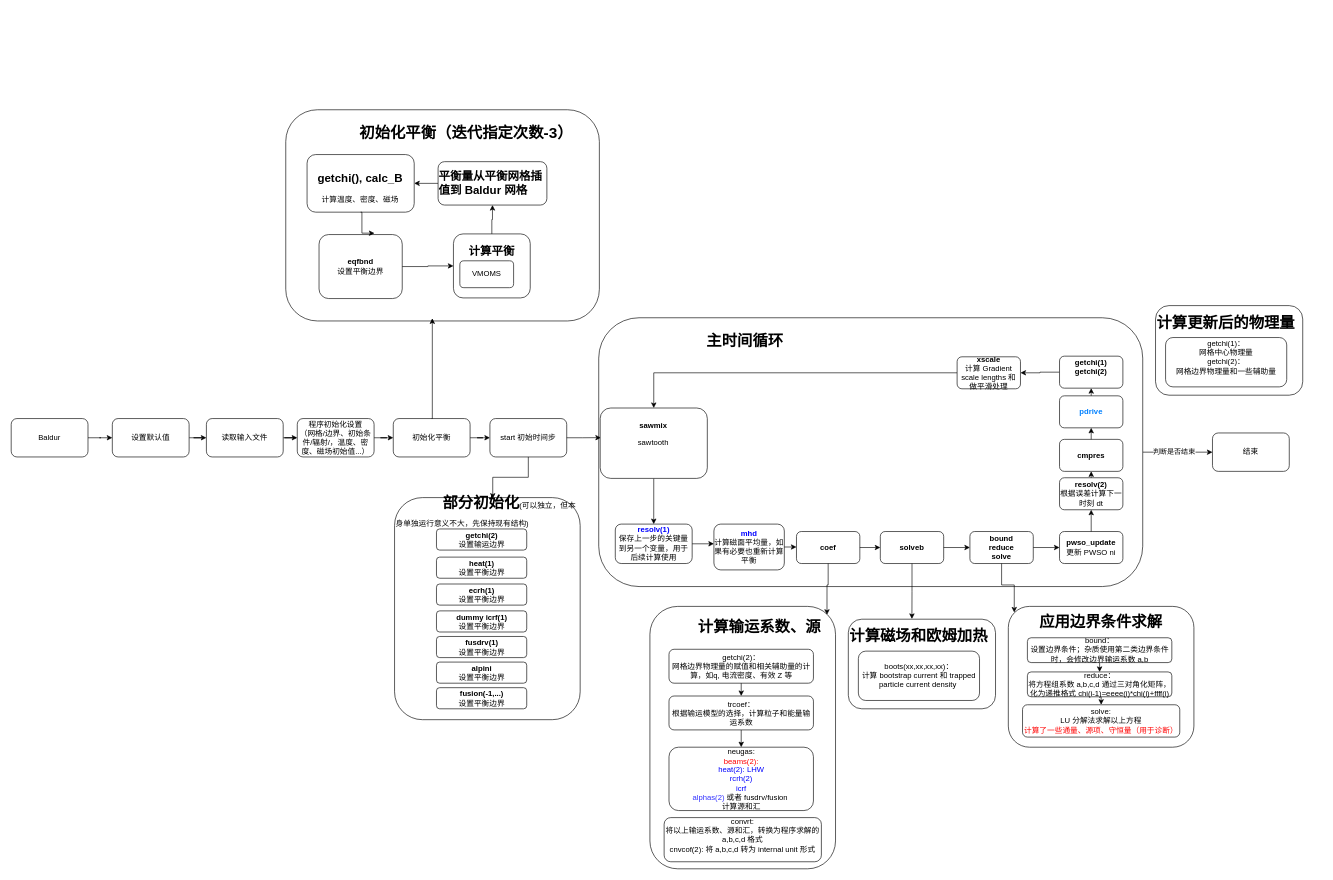
Before: page "061525" (8 of 8) of Baldur.drawio in jiaxing-liu/flowchart, a draw.io diagram. Source tidied: cells renumbered, new cells numbered last; positions are measured from the earlier drawing's top-left corner, leaving out a move shared by most shapes. Both pictures are drawn from the tidied source at 64%, with x=0, y=0 at pixel (11, 11).
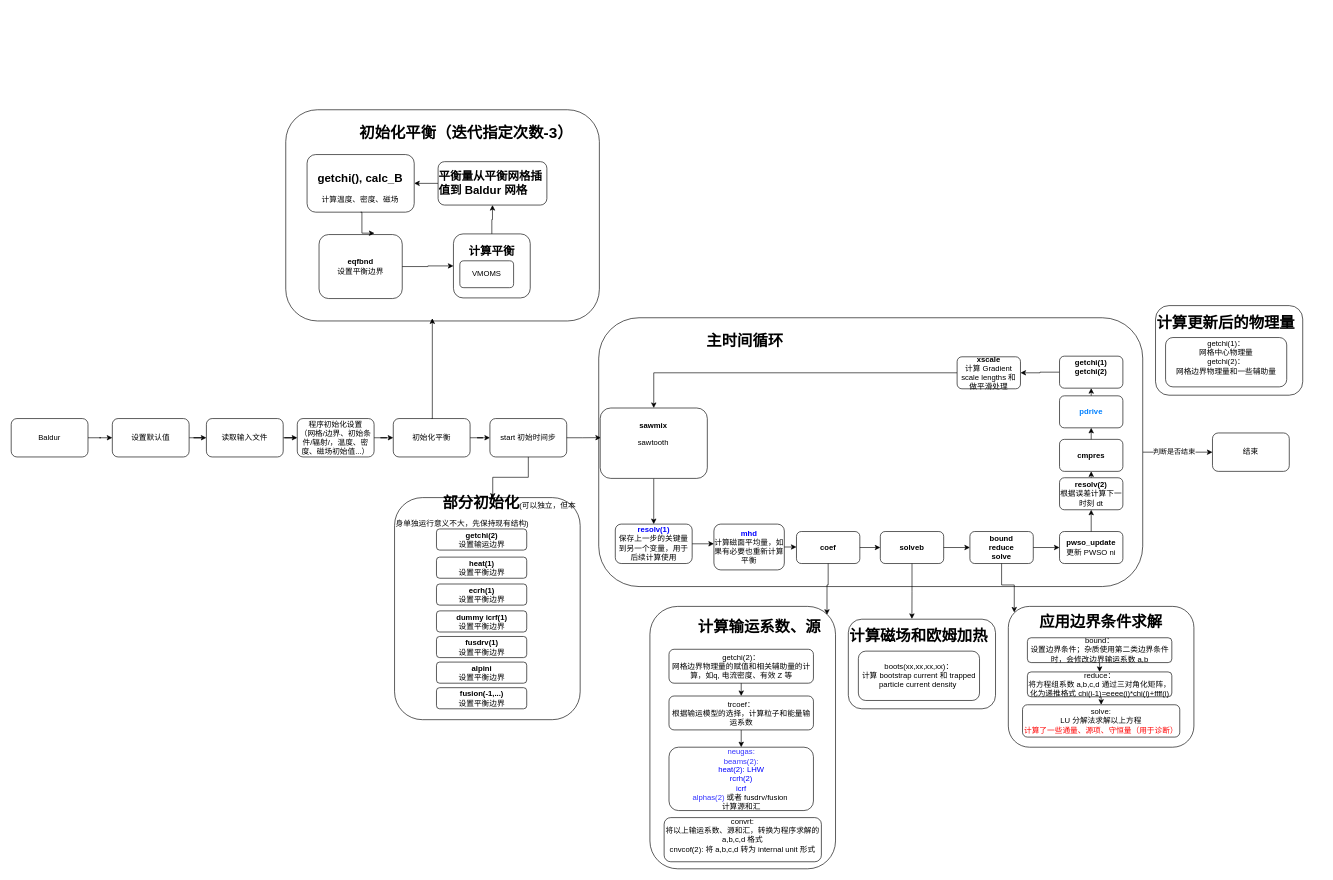
The same page after the edit.

Unchanged cells that the change refers to:
```xml
<mxCell id="97" style="group;" parent="1" vertex="1">
  <mxGeometry x="998" y="930" width="290" height="410" as="geometry" />
</mxCell>
```

The edit, as a diff of the source:
```diff
@@
-    <mxCell id="104" value="&lt;div&gt;neugas:&lt;/div&gt;&lt;div&gt;&lt;span style=&quot;color: rgb(255, 0, 0);&quot;&gt;beams(2):&lt;/span&gt;&lt;/div&gt;&lt;div&gt;&lt;span style=&quot;color: rgb(0, 0, 255);&quot;&gt;heat(2): LHW&lt;/span&gt;&lt;/div&gt;&lt;div&gt;&lt;span style=&quot;color: rgb(0, 0, 255);&quot;&gt;rcrh(2)&lt;/span&gt;&lt;/div&gt;&lt;div&gt;&lt;span style=&quot;color: rgb(0, 0, 255);&quot;&gt;icrf&lt;/span&gt;&lt;/div&gt;&lt;div&gt;&lt;span style=&quot;color: rgb(51, 51, 255);&quot;&gt;alphas(2)&lt;/span&gt; 或者 fusdrv/fusion&amp;nbsp;&lt;/div&gt;&lt;div&gt;计算源和汇&lt;/div&gt;" style="rounded=1;whiteSpace=wrap;html=1;" parent="97" vertex="1">
+    <mxCell id="104" value="&lt;div&gt;&lt;span style=&quot;color: rgb(51, 51, 255);&quot;&gt;neugas:&lt;/span&gt;&lt;/div&gt;&lt;div&gt;&lt;span style=&quot;color: rgb(51, 51, 255);&quot;&gt;beams(2):&lt;/span&gt;&lt;/div&gt;&lt;div&gt;&lt;span style=&quot;color: rgb(0, 0, 255);&quot;&gt;heat(2): LHW&lt;/span&gt;&lt;/div&gt;&lt;div&gt;&lt;span style=&quot;color: rgb(0, 0, 255);&quot;&gt;rcrh(2)&lt;/span&gt;&lt;/div&gt;&lt;div&gt;&lt;span style=&quot;color: rgb(0, 0, 255);&quot;&gt;icrf&lt;/span&gt;&lt;/div&gt;&lt;div&gt;&lt;span style=&quot;color: rgb(51, 51, 255);&quot;&gt;alphas(2)&lt;/span&gt; 或者 fusdrv/fusion&amp;nbsp;&lt;/div&gt;&lt;div&gt;计算源和汇&lt;/div&gt;" style="rounded=1;whiteSpace=wrap;html=1;" parent="97" vertex="1">
       <mxGeometry x="29.8" y="220" width="225.7" height="99" as="geometry" />
     </mxCell>
```
